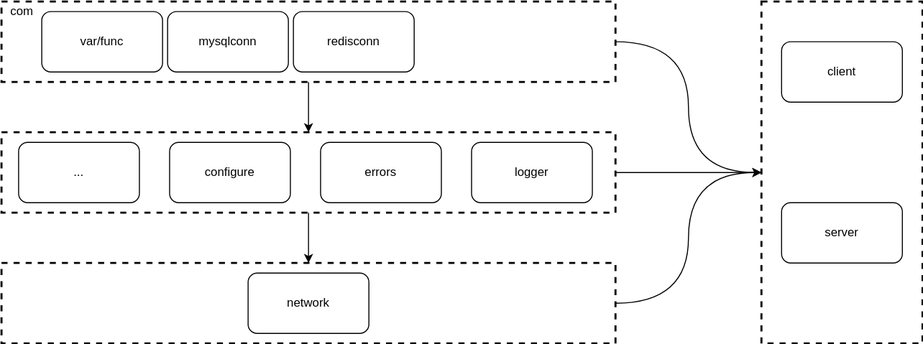
Before: tc_项目文件结构.svg, a diagram exported from draw.io (c17abab/pics). Source tidied: cells renumbered, new cells last; positions are measured from the earlier drawing's top-left corner, leaving out a move shared by most shapes.
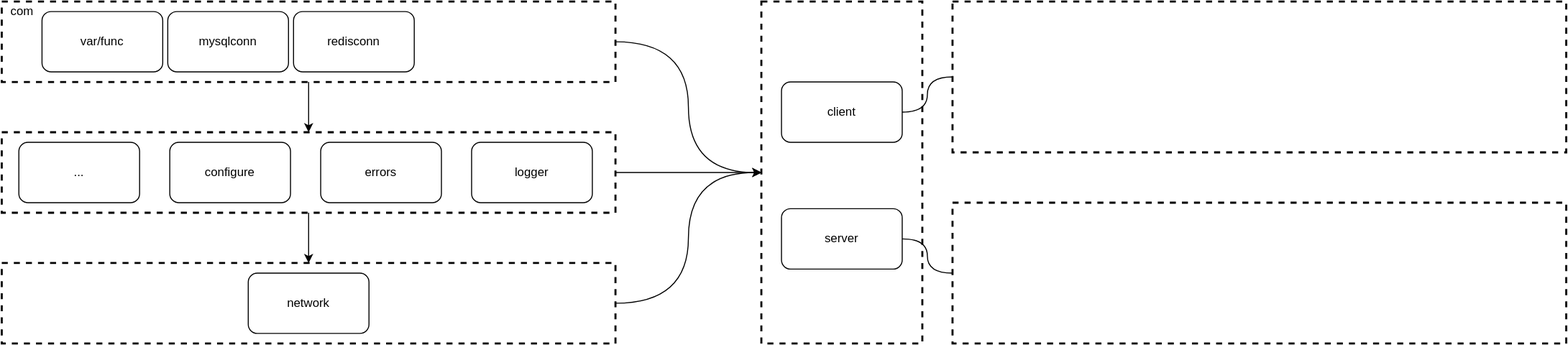
The same file after the commit.

Commit message:
更新tc_项目文件结构.svg

What changed in the source:
```diff
@@ -35,18 +35,6 @@
     <mxCell id="12" style="edgeStyle=orthogonalEdgeStyle;curved=1;rounded=0;jettySize=auto;html=1;exitX=0.5;exitY=1;exitDx=0;exitDy=0;entryX=0.5;entryY=0;entryDx=0;entryDy=0;" parent="1" edge="1" source="8" target="11">
       <mxGeometry relative="1" as="geometry" />
     </mxCell>
-    <mxCell id="13" style="group;" parent="1" vertex="1">
-      <mxGeometry x="755" width="160" height="340" as="geometry" />
-    </mxCell>
-    <mxCell id="14" style="rounded=0;whiteSpace=wrap;html=1;fillColor=none;strokeWidth=2;dashed=1;" parent="13" vertex="1">
-      <mxGeometry width="160" height="340" as="geometry" />
-    </mxCell>
-    <mxCell id="15" value="client" style="rounded=1;whiteSpace=wrap;html=1;" parent="13" vertex="1">
-      <mxGeometry x="20" y="40" width="120" height="60" as="geometry" />
-    </mxCell>
-    <mxCell id="16" value="server" style="rounded=1;whiteSpace=wrap;html=1;" parent="13" vertex="1">
-      <mxGeometry x="20" y="200" width="120" height="60" as="geometry" />
-    </mxCell>
     <mxCell id="17" style="edgeStyle=orthogonalEdgeStyle;curved=1;rounded=0;jettySize=auto;html=1;exitX=0.5;exitY=1;exitDx=0;exitDy=0;entryX=0.5;entryY=0;entryDx=0;entryDy=0;" parent="1" edge="1" source="2" target="8">
       <mxGeometry relative="1" as="geometry" />
     </mxCell>
@@ -73,5 +61,26 @@
     <mxCell id="24" value="redisconn" style="rounded=1;whiteSpace=wrap;html=1;" parent="1" vertex="1">
       <mxGeometry x="290" y="10" width="120" height="60" as="geometry" />
     </mxCell>
+    <mxCell id="25" style="rounded=0;whiteSpace=wrap;html=1;fillColor=none;strokeWidth=2;dashed=1;" parent="1" vertex="1">
+      <mxGeometry x="945" width="610" height="150" as="geometry" />
+    </mxCell>
+    <mxCell id="26" style="rounded=0;whiteSpace=wrap;html=1;fillColor=none;strokeWidth=2;dashed=1;" parent="1" vertex="1">
+      <mxGeometry x="945" y="200" width="610" height="140" as="geometry" />
+    </mxCell>
+    <mxCell id="27" style="edgeStyle=orthogonalEdgeStyle;jettySize=auto;html=1;curved=1;endArrow=none;endFill=0;" parent="1" edge="1" source="15" target="25">
+      <mxGeometry relative="1" as="geometry" />
+    </mxCell>
+    <mxCell id="14" style="rounded=0;whiteSpace=wrap;html=1;fillColor=none;strokeWidth=2;dashed=1;" parent="1" vertex="1">
+      <mxGeometry x="755" width="160" height="340" as="geometry" />
+    </mxCell>
+    <mxCell id="15" value="client" style="rounded=1;whiteSpace=wrap;html=1;" parent="1" vertex="1">
+      <mxGeometry x="775" y="80" width="120" height="60" as="geometry" />
+    </mxCell>
+    <mxCell id="28" style="edgeStyle=orthogonalEdgeStyle;curved=1;jettySize=auto;html=1;endArrow=none;endFill=0;" parent="1" edge="1" source="16" target="26">
+      <mxGeometry relative="1" as="geometry" />
+    </mxCell>
+    <mxCell id="16" value="server" style="rounded=1;whiteSpace=wrap;html=1;" parent="1" vertex="1">
+      <mxGeometry x="775" y="206" width="120" height="60" as="geometry" />
+    </mxCell>
   </root>
 </mxGraphModel>
```
